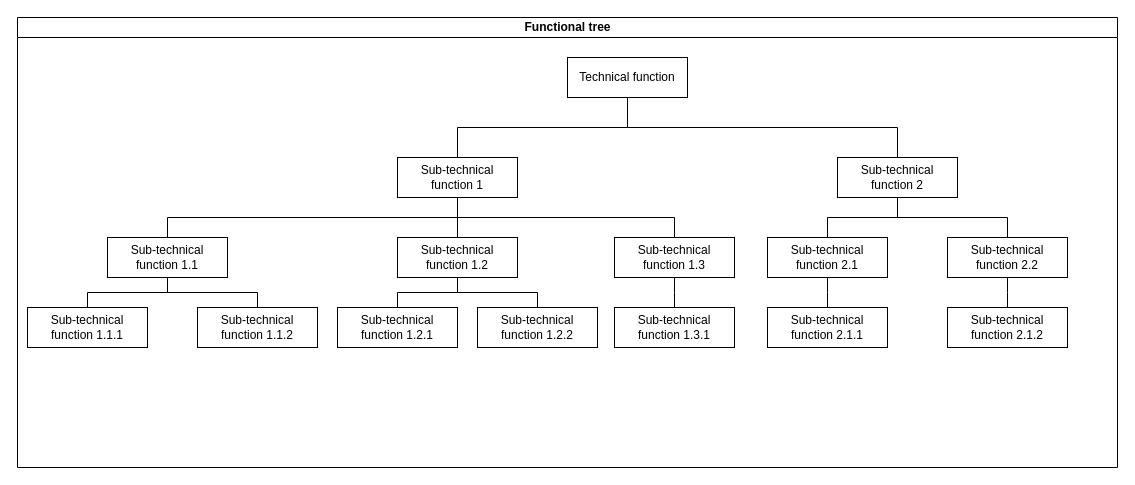
The draw.io diagram Functional tree for template.drawio in amerezoji1362/drawio-github, before the edit. Source tidied: cells renumbered, new cells numbered last; positions are measured from the earlier drawing's top-left corner, leaving out a move shared by most shapes. Both pictures are drawn from the tidied source at 100%, with x=0, y=0 at pixel (17, 17).
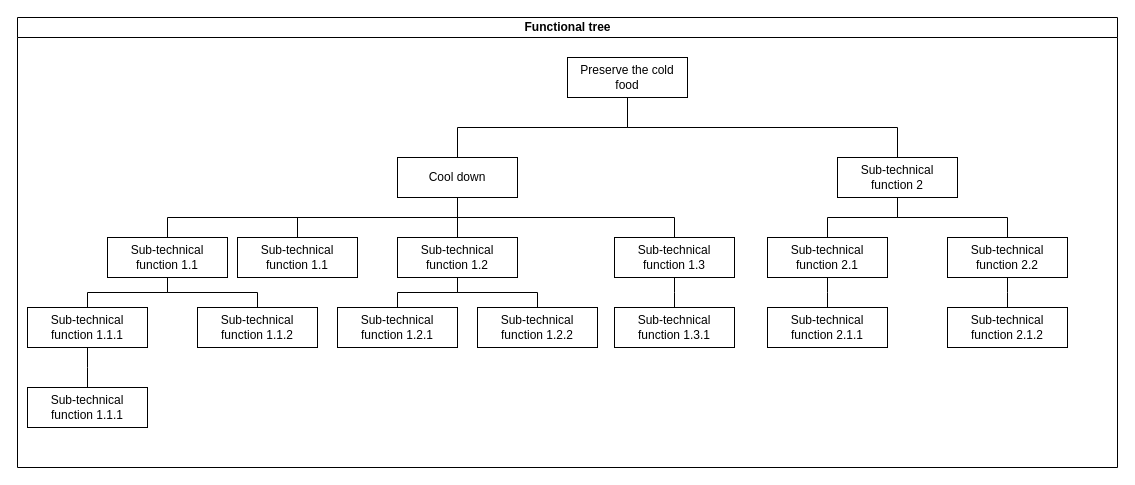
The same page after the edit.

Unchanged cells that the change refers to:
```xml
<mxCell id="2" value="Functional tree" style="swimlane;html=1;startSize=20;horizontal=1;containerType=tree;" parent="1" vertex="1">
  <mxGeometry width="1100" height="450" as="geometry" />
</mxCell>
<mxCell id="19" value="Sub-technical function 1.1.1" style="whiteSpace=wrap;html=1;newEdgeStyle={&quot;edgeStyle&quot;:&quot;elbowEdgeStyle&quot;,&quot;startArrow&quot;:&quot;none&quot;,&quot;endArrow&quot;:&quot;none&quot;};" parent="2" vertex="1">
  <mxGeometry x="10" y="290" width="120" height="40" as="geometry" />
</mxCell>
```

What changed in the source:
```diff
@@
-    <mxCell id="4" value="Technical function " style="whiteSpace=wrap;html=1;newEdgeStyle={&quot;edgeStyle&quot;:&quot;elbowEdgeStyle&quot;,&quot;startArrow&quot;:&quot;none&quot;,&quot;endArrow&quot;:&quot;none&quot;};" parent="2" vertex="1">
+    <mxCell id="4" value="Preserve the cold food" style="whiteSpace=wrap;html=1;newEdgeStyle={&quot;edgeStyle&quot;:&quot;elbowEdgeStyle&quot;,&quot;startArrow&quot;:&quot;none&quot;,&quot;endArrow&quot;:&quot;none&quot;};" parent="2" vertex="1">
       <mxGeometry x="550" y="40" width="120" height="40" as="geometry" />
     </mxCell>
-    <mxCell id="5" value="Sub-technical function 1" style="whiteSpace=wrap;html=1;newEdgeStyle={&quot;edgeStyle&quot;:&quot;elbowEdgeStyle&quot;,&quot;startArrow&quot;:&quot;none&quot;,&quot;endArrow&quot;:&quot;none&quot;};" parent="2" vertex="1">
+    <mxCell id="5" value="Cool down" style="whiteSpace=wrap;html=1;newEdgeStyle={&quot;edgeStyle&quot;:&quot;elbowEdgeStyle&quot;,&quot;startArrow&quot;:&quot;none&quot;,&quot;endArrow&quot;:&quot;none&quot;};" parent="2" vertex="1">
       <mxGeometry x="380" y="140" width="120" height="40" as="geometry" />
     </mxCell>
@@
+    <mxCell id="32" style="edgeStyle=elbowEdgeStyle;elbow=vertical;startArrow=none;endArrow=none;rounded=0;" parent="2" edge="1" source="5" target="33">
+      <mxGeometry relative="1" as="geometry" />
+    </mxCell>
+    <mxCell id="33" value="Sub-technical function 1.1" style="whiteSpace=wrap;html=1;newEdgeStyle={&quot;edgeStyle&quot;:&quot;elbowEdgeStyle&quot;,&quot;startArrow&quot;:&quot;none&quot;,&quot;endArrow&quot;:&quot;none&quot;};" parent="2" vertex="1">
+      <mxGeometry x="220" y="220" width="120" height="40" as="geometry" />
+    </mxCell>
+    <mxCell id="34" style="edgeStyle=elbowEdgeStyle;elbow=vertical;startArrow=none;endArrow=none;rounded=0;" parent="2" edge="1" source="19" target="35">
+      <mxGeometry relative="1" as="geometry" />
+    </mxCell>
+    <mxCell id="35" value="Sub-technical function 1.1.1" style="whiteSpace=wrap;html=1;newEdgeStyle={&quot;edgeStyle&quot;:&quot;elbowEdgeStyle&quot;,&quot;startArrow&quot;:&quot;none&quot;,&quot;endArrow&quot;:&quot;none&quot;};" parent="2" vertex="1">
+      <mxGeometry x="10" y="370" width="120" height="40" as="geometry" />
+    </mxCell>
```
